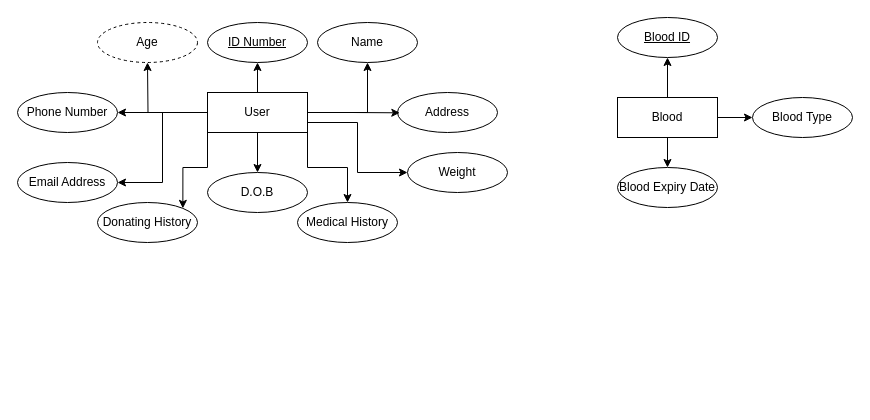
This is EER Diagram/BloodDonationSystem.drawio from NawafSD/BloodDonationSystem, a draw.io file, before an edit. Source tidied: cells renumbered, new cells numbered last; positions are measured from the earlier drawing's top-left corner, leaving out a move shared by most shapes. Both pictures are drawn from the tidied source at 100%, with x=0, y=0 at pixel (17, 17).
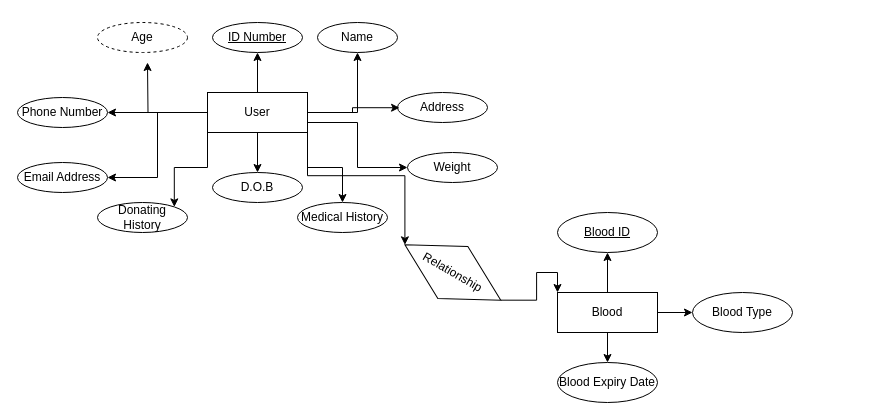
Above is the later version.

Unchanged cells that the change refers to:
```xml
<mxCell id="10" value="User" style="whiteSpace=wrap;html=1;align=center;" parent="1" vertex="1">
  <mxGeometry x="190" y="75" width="100" height="40" as="geometry" />
</mxCell>
```

Change to the diagram source:
```diff
@@
+    <mxCell id="30" style="edgeStyle=orthogonalEdgeStyle;rounded=0;jettySize=auto;html=1;exitX=1;exitY=1;exitDx=0;exitDy=0;entryX=0;entryY=0.5;entryDx=0;entryDy=0;" parent="1" edge="1" source="10" target="32">
+      <mxGeometry relative="1" as="geometry" />
+    </mxCell>
@@
     <mxCell id="11" value="ID Number" style="ellipse;whiteSpace=wrap;html=1;align=center;fontStyle=4;" parent="1" vertex="1">
-      <mxGeometry x="190" y="5" width="100" height="40" as="geometry" />
+      <mxGeometry x="195" y="5" width="90" height="30" as="geometry" />
     </mxCell>
     <mxCell id="12" value="Name" style="ellipse;whiteSpace=wrap;html=1;align=center;" parent="1" vertex="1">
-      <mxGeometry x="300" y="5" width="100" height="40" as="geometry" />
+      <mxGeometry x="300" y="5" width="80" height="30" as="geometry" />
     </mxCell>
     <mxCell id="13" value="Age" style="ellipse;whiteSpace=wrap;html=1;align=center;dashed=1;" parent="1" vertex="1">
-      <mxGeometry x="80" y="5" width="100" height="40" as="geometry" />
+      <mxGeometry x="80" y="5" width="90" height="30" as="geometry" />
     </mxCell>
     <mxCell id="14" value="D.O.B" style="ellipse;whiteSpace=wrap;html=1;align=center;" parent="1" vertex="1">
-      <mxGeometry x="190" y="155" width="100" height="40" as="geometry" />
+      <mxGeometry x="195" y="155" width="90" height="30" as="geometry" />
     </mxCell>
     <mxCell id="15" value="Address" style="ellipse;whiteSpace=wrap;html=1;align=center;" parent="1" vertex="1">
-      <mxGeometry x="380" y="75" width="100" height="40" as="geometry" />
+      <mxGeometry x="380" y="75" width="90" height="30" as="geometry" />
     </mxCell>
@@
     <mxCell id="17" value="Phone Number" style="ellipse;whiteSpace=wrap;html=1;align=center;" parent="1" vertex="1">
-      <mxGeometry y="75" width="100" height="40" as="geometry" />
+      <mxGeometry y="80" width="90" height="30" as="geometry" />
     </mxCell>
     <mxCell id="18" value="Email Address" style="ellipse;whiteSpace=wrap;html=1;align=center;" parent="1" vertex="1">
-      <mxGeometry y="145" width="100" height="40" as="geometry" />
+      <mxGeometry y="145" width="90" height="30" as="geometry" />
     </mxCell>
@@
     <mxCell id="20" value="Weight" style="ellipse;whiteSpace=wrap;html=1;align=center;" parent="1" vertex="1">
-      <mxGeometry x="390" y="135" width="100" height="40" as="geometry" />
+      <mxGeometry x="390" y="135" width="90" height="30" as="geometry" />
     </mxCell>
     <mxCell id="21" value="Medical History" style="ellipse;whiteSpace=wrap;html=1;align=center;" parent="1" vertex="1">
-      <mxGeometry x="280" y="185" width="100" height="40" as="geometry" />
+      <mxGeometry x="280" y="185" width="90" height="30" as="geometry" />
     </mxCell>
     <mxCell id="22" value="Donating History" style="ellipse;whiteSpace=wrap;html=1;align=center;" parent="1" vertex="1">
-      <mxGeometry x="80" y="185" width="100" height="40" as="geometry" />
+      <mxGeometry x="80" y="185" width="90" height="30" as="geometry" />
     </mxCell>
@@
     <mxCell id="26" value="Blood" style="whiteSpace=wrap;html=1;align=center;" parent="1" vertex="1">
-      <mxGeometry x="600" y="80" width="100" height="40" as="geometry" />
+      <mxGeometry x="540" y="275" width="100" height="40" as="geometry" />
     </mxCell>
     <mxCell id="27" value="Blood ID" style="ellipse;whiteSpace=wrap;html=1;align=center;fontStyle=4;" parent="1" vertex="1">
-      <mxGeometry x="600" width="100" height="40" as="geometry" />
+      <mxGeometry x="540" y="195" width="100" height="40" as="geometry" />
     </mxCell>
     <mxCell id="28" value="Blood Type" style="ellipse;whiteSpace=wrap;html=1;align=center;" parent="1" vertex="1">
-      <mxGeometry x="735" y="80" width="100" height="40" as="geometry" />
+      <mxGeometry x="675" y="275" width="100" height="40" as="geometry" />
     </mxCell>
     <mxCell id="29" value="Blood Expiry Date" style="ellipse;whiteSpace=wrap;html=1;align=center;" parent="1" vertex="1">
-      <mxGeometry x="600" y="150" width="100" height="40" as="geometry" />
+      <mxGeometry x="540" y="345" width="100" height="40" as="geometry" />
     </mxCell>
+    <mxCell id="31" style="edgeStyle=orthogonalEdgeStyle;rounded=0;jettySize=auto;html=1;exitX=1;exitY=0.5;exitDx=0;exitDy=0;entryX=0;entryY=0;entryDx=0;entryDy=0;" parent="1" edge="1" source="32" target="26">
+      <mxGeometry relative="1" as="geometry" />
+    </mxCell>
+    <mxCell id="32" value="Relationship" style="shape=rhombus;perimeter=rhombusPerimeter;whiteSpace=wrap;html=1;align=center;rotation=30;" parent="1" vertex="1">
+      <mxGeometry x="380" y="225" width="110.7" height="60" as="geometry" />
+    </mxCell>
```
